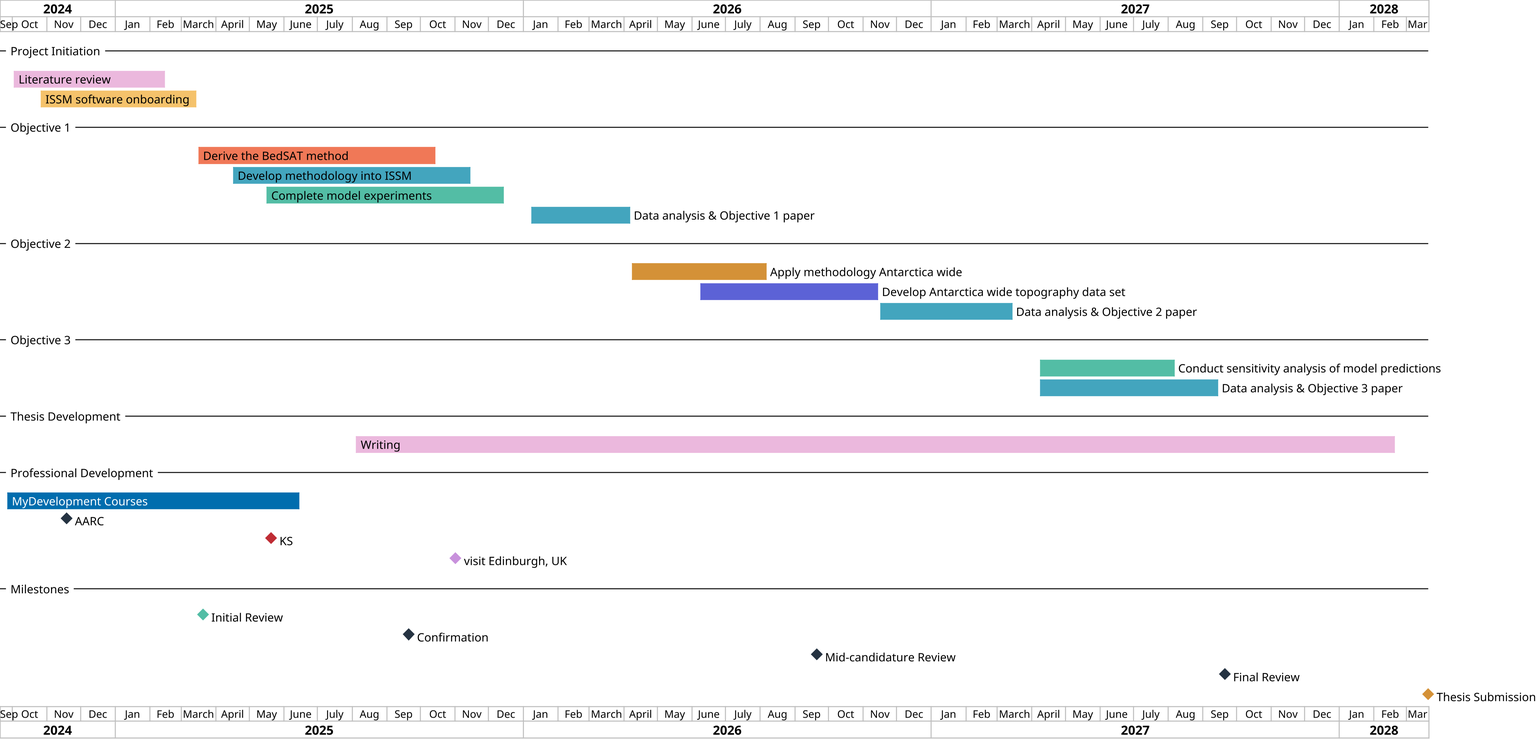
Before: write/mls0/timeline.png, a diagram exported from PlantUML (anabanami/BEDSAT). Source of this version:
```plantuml
@startgantt
skinparam dpi 250
project starts 2024-09-20
printscale monthly

-- Project Initiation --
[Literature review] as [LR] starts 2024-10-01 and ends 2025-02-15
[LR] is colored in #ebb8dd
[ISSM software onboarding] as [ISO] starts 2024-10-25 and ends 2025-03-15
[ISO] is colored in #f5c26b

-- Objective 1 --
[Derive the BedSAT method] as [DBM] starts 2025-03-15 and ends 2025-10-15
[DBM] is colored in #f07857
[Develop methodology into ISSM] as [DAM] starts 2025-04-15 and ends 2025-11-15
[DAM] is colored in #43a5be
[Complete model experiments] as [CME] starts 2025-05-15 and ends 2025-12-15
[CME] is colored in #53bda5
[Data analysis & Objective 1 paper] as [DAO1] starts 2026-01-07 and ends 2026-04-07
[DAO1] is colored in #43a5be

-- Objective 2 --
[Apply methodology Antarctica wide] as [DAMAW] starts 2026-04-07 and ends 2026-08-07
[DAMAW] is colored in #d49137
[Develop Antarctica wide topography data set] as [AWTDS] starts 2026-06-07 and ends 2026-11-15
[AWTDS] is colored in #5c62d6
[Data analysis & Objective 2 paper] as [DAO2] starts 2026-11-15 and ends 2027-03-15
[DAO2] is colored in #43a5be

-- Objective 3 --
[Conduct sensitivity analysis of model predictions] as [SAMP2300] starts 2027-04-07 and ends 2027-08-07
[SAMP2300] is colored in #53bda5
[Data analysis & Objective 3 paper] as [DAO3] starts 2027-04-07 and ends 2027-09-15
[DAO3] is colored in #43a5be
-- Thesis Development --
[Writing] starts 2025-08-03 and ends 2028-02-20
[Writing] is colored in #ebb8dd
-- Professional Development --
[<font color="white">MyDevelopment Courses</font>] as [MDC] starts 2024-09-25 and ends 2025-06-15
[MDC] is colored in #006DAE
[AARC] happens 2024-11-18 and is colored in #253342
[KS] happens 2025-05-20 and is colored in #bf2c34
[visit Edinburgh, UK] happens 2025-11-01 and is colored in #C891DC

-- Milestones --
[Initial Review] as [IR] happens 2025-03-20
[IR] is colored in #53bda5
[Confirmation] as [C] happens 2025-09-20
[C] is colored in #253342
[Mid-candidature Review] as [MCR] happens 2026-09-20
[MCR] is colored in #253342
[Final Review] as [FR] happens 2027-09-20
[FR] is colored in #253342
[Thesis Submission] as [TS] happens 2028-03-20
[TS] is colored in #d49137
@endgantt
```
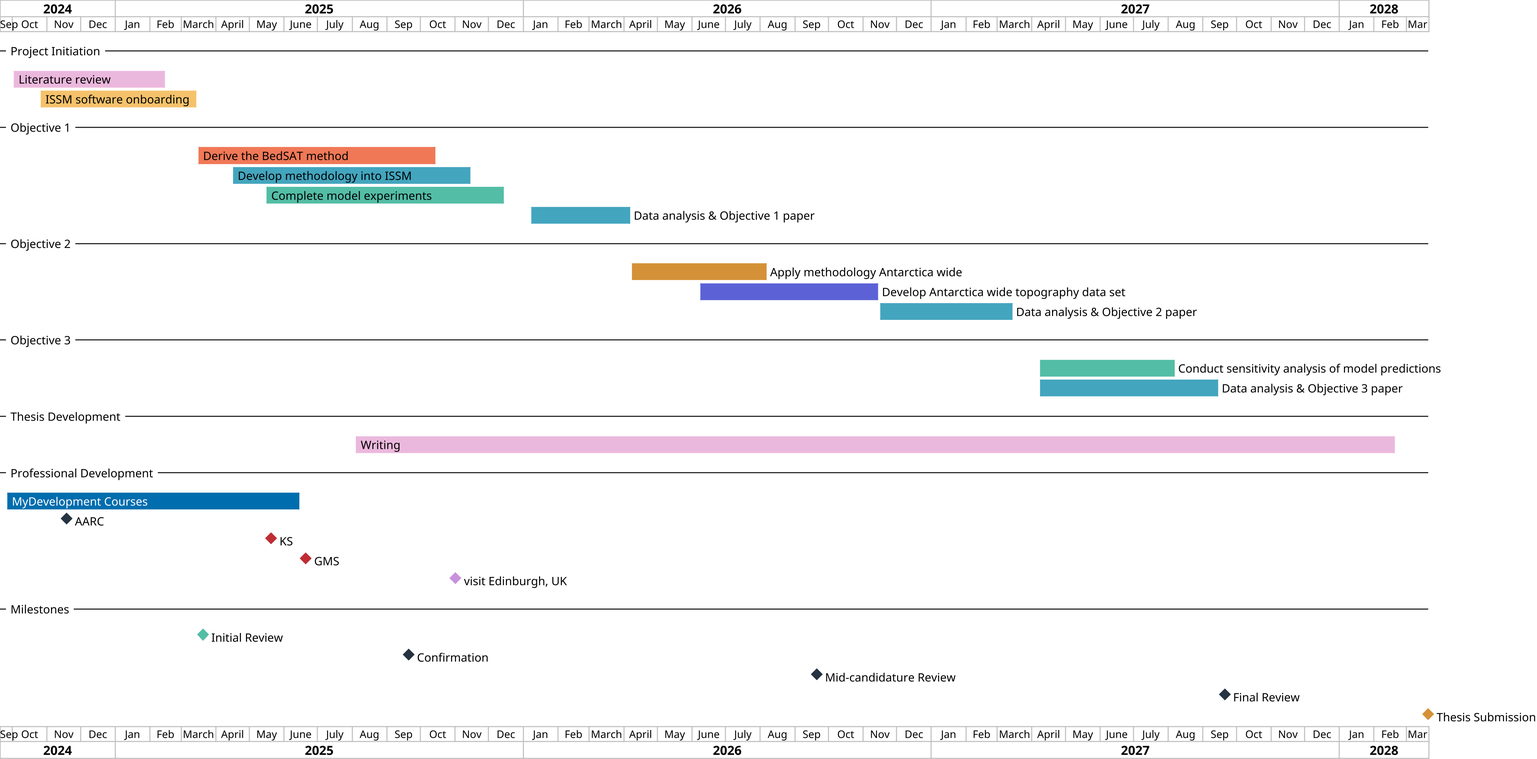
The same diagram one commit later.

Diff of the diagram source:
```diff
@@ -40,6 +40,7 @@
 [MDC] is colored in #006DAE
 [AARC] happens 2024-11-18 and is colored in #253342
 [KS] happens 2025-05-20 and is colored in #bf2c34
+[GMS] happens 2025-06-20 and is colored in #bf2c34
 [visit Edinburgh, UK] happens 2025-11-01 and is colored in #C891DC
 
 -- Milestones --
```
